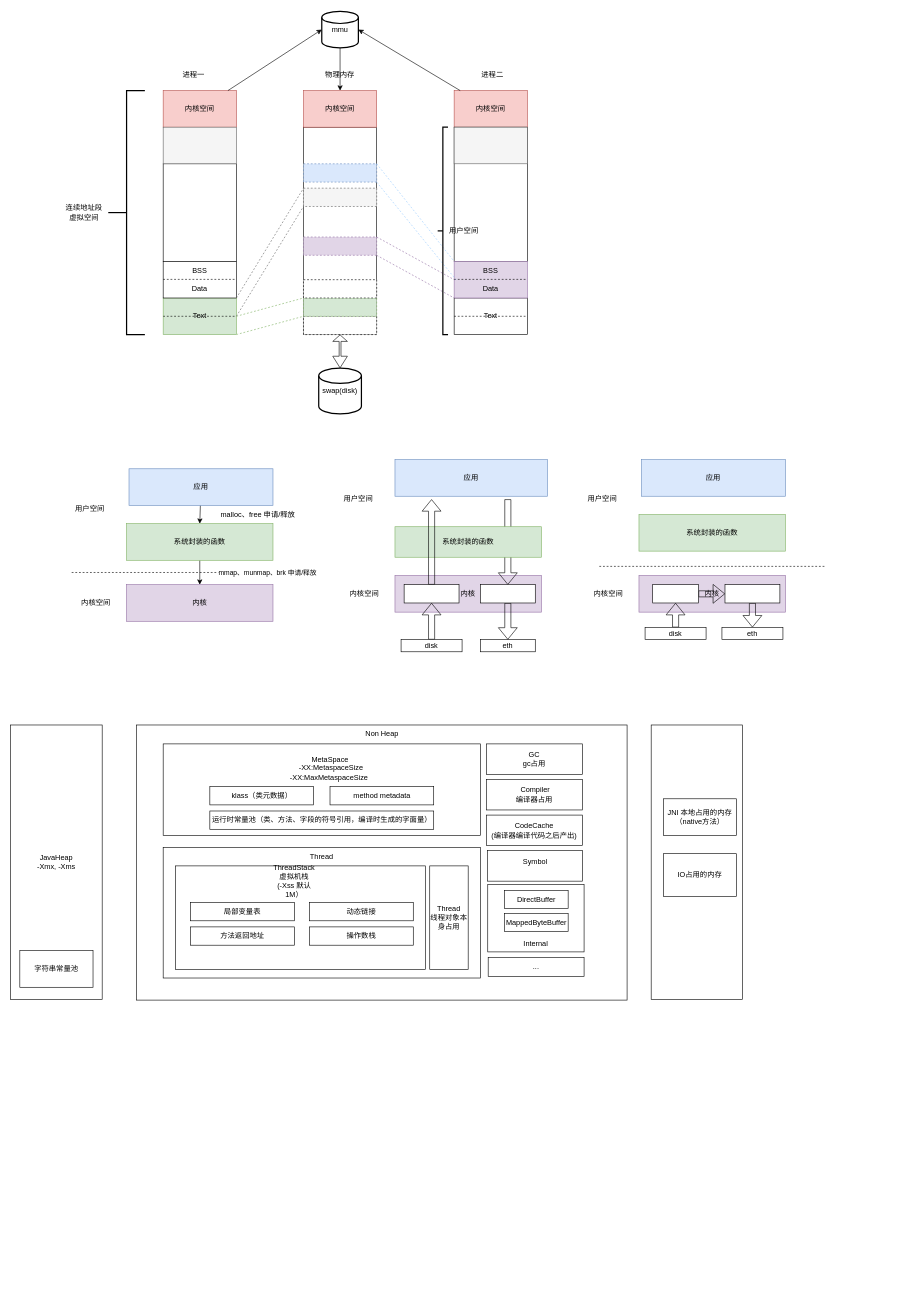
zhangwz-lib/drawio-image keeps this draw.io diagram as java/linux内存管理.drawio. Above is the earlier version. Source tidied: cells renumbered, new cells numbered last; positions are measured from the earlier drawing's top-left corner, leaving out a move shared by most shapes. Both pictures are drawn from the tidied source at 61%, with x=0, y=0 at pixel (10, 11).
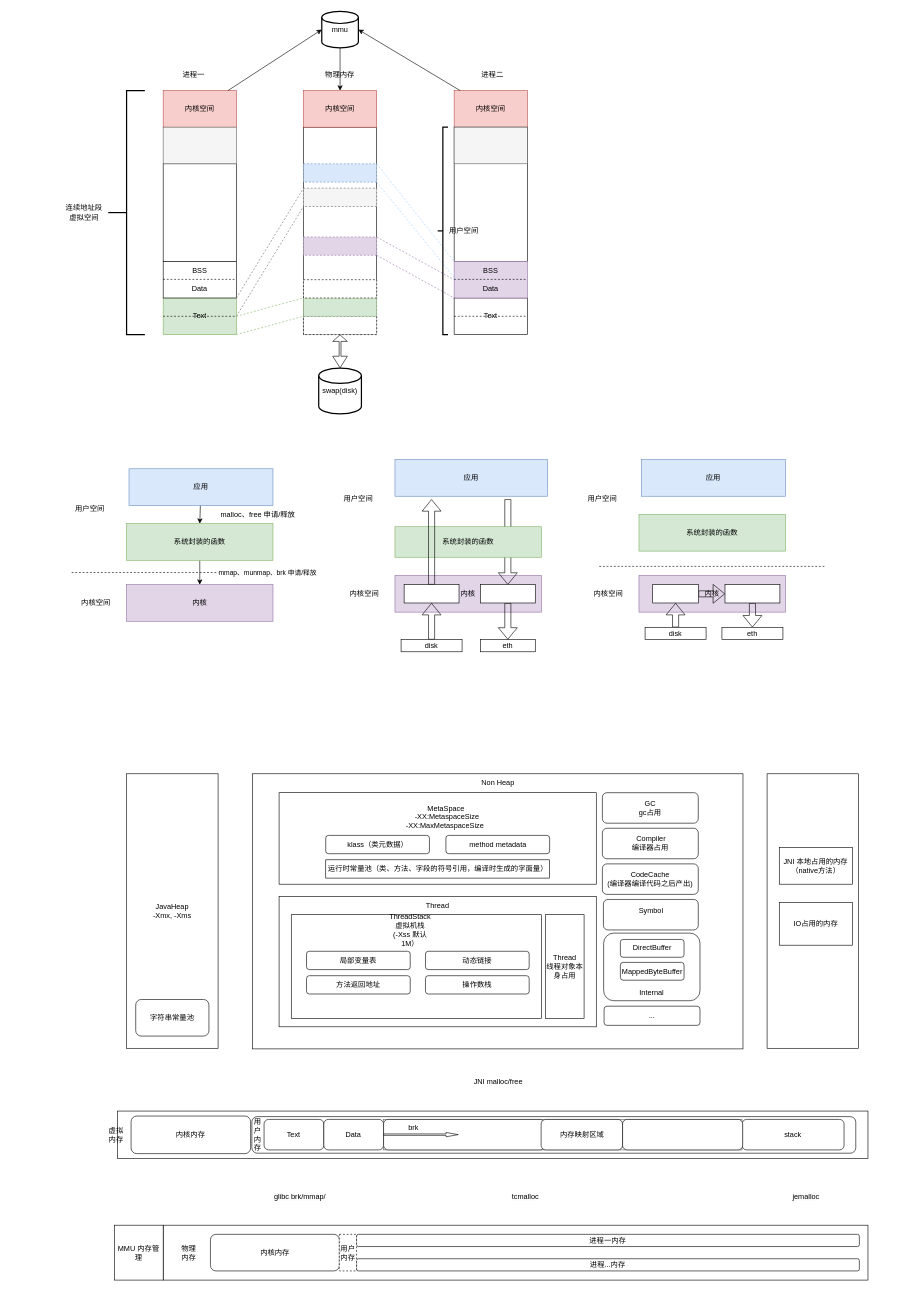
The same page after the edit.

Commit message:
更新linux内存管理.drawio

What changed in the source:
```diff
@@
-    <mxCell id="84" style="rounded=0;whiteSpace=wrap;html=1;" parent="1" vertex="1">
-      <mxGeometry x="1050" y="1170" width="150" height="450" as="geometry" />
-    </mxCell>
-    <mxCell id="85" style="group;" parent="1" vertex="1">
-      <mxGeometry x="250" y="1201" width="790" height="445.7" as="geometry" />
-    </mxCell>
+    <mxCell id="118" style="rounded=0;whiteSpace=wrap;html=1;" parent="1" vertex="1">
+      <mxGeometry x="1240" y="1250" width="150" height="450" as="geometry" />
+    </mxCell>
+    <mxCell id="119" style="group;rounded=1;" parent="1" vertex="1">
+      <mxGeometry x="440" y="1281" width="790" height="445.7" as="geometry" />
+    </mxCell>
-    <mxCell id="86" style="rounded=0;whiteSpace=wrap;html=1;" parent="85" vertex="1">
+    <mxCell id="86" style="rounded=0;whiteSpace=wrap;html=1;" parent="119" vertex="1">
       <mxGeometry x="-43.5" y="-31" width="804" height="451" as="geometry" />
     </mxCell>
-    <mxCell id="87" style="rounded=0;whiteSpace=wrap;html=1;" parent="85" vertex="1">
+    <mxCell id="87" style="rounded=0;whiteSpace=wrap;html=1;" parent="119" vertex="1">
       <mxGeometry width="520" height="150" as="geometry" />
     </mxCell>
-    <mxCell id="88" value="klass（类元数据）" style="rounded=0;whiteSpace=wrap;html=1;" parent="85" vertex="1">
+    <mxCell id="88" value="klass（类元数据）" style="rounded=1;whiteSpace=wrap;html=1;" parent="119" vertex="1">
       <mxGeometry x="76.5" y="70" width="170" height="30" as="geometry" />
     </mxCell>
-    <mxCell id="89" value="method metadata" style="rounded=0;whiteSpace=wrap;html=1;" parent="85" vertex="1">
+    <mxCell id="89" value="method metadata" style="rounded=1;whiteSpace=wrap;html=1;" parent="119" vertex="1">
       <mxGeometry x="273.5" y="70" width="170" height="30" as="geometry" />
     </mxCell>
-    <mxCell id="90" value="运行时常量池（类、方法、字段的符号引用，编译时生成的字面量）" style="rounded=0;whiteSpace=wrap;html=1;" parent="85" vertex="1">
+    <mxCell id="90" value="运行时常量池（类、方法、字段的符号引用，编译时生成的字面量）" style="rounded=0;whiteSpace=wrap;html=1;" parent="119" vertex="1">
       <mxGeometry x="76.5" y="110" width="367" height="30" as="geometry" />
     </mxCell>
-    <mxCell id="91" value="MetaSpace&amp;nbsp;&lt;br&gt;&lt;span style=&quot;background-color: transparent;&quot;&gt;-XX:MetaspaceSize&lt;br&gt;&lt;/span&gt;&lt;span style=&quot;background-color: transparent;&quot;&gt;-XX:MaxMetaspaceSize&lt;/span&gt;&amp;nbsp;&amp;nbsp;" style="text;html=1;whiteSpace=wrap;strokeColor=none;fillColor=none;align=center;verticalAlign=middle;rounded=0;" parent="85" vertex="1">
+    <mxCell id="91" value="MetaSpace&amp;nbsp;&lt;br&gt;&lt;span style=&quot;background-color: transparent;&quot;&gt;-XX:MetaspaceSize&lt;br&gt;&lt;/span&gt;&lt;span style=&quot;background-color: transparent;&quot;&gt;-XX:MaxMetaspaceSize&lt;/span&gt;&amp;nbsp;&amp;nbsp;" style="text;html=1;whiteSpace=wrap;strokeColor=none;fillColor=none;align=center;verticalAlign=middle;rounded=0;" parent="119" vertex="1">
       <mxGeometry x="93.5" y="20" width="363" height="40" as="geometry" />
     </mxCell>
-    <mxCell id="92" style="group;" parent="85" vertex="1">
+    <mxCell id="92" style="group;" parent="119" vertex="1">
       <mxGeometry x="530" width="160" height="400" as="geometry" />
     </mxCell>
-    <mxCell id="93" value="&lt;div&gt;&lt;br&gt;&lt;/div&gt;" style="rounded=0;whiteSpace=wrap;html=1;" parent="92" vertex="1">
-      <mxGeometry x="2.1" y="230.2" width="157.9" height="110.8" as="geometry" />
-    </mxCell>
+    <mxCell id="120" value="&lt;div&gt;&lt;br&gt;&lt;/div&gt;" style="rounded=1;whiteSpace=wrap;html=1;" parent="92" vertex="1">
+      <mxGeometry x="2.1" y="230.2" width="157.9" height="110.8" as="geometry" />
+    </mxCell>
-    <mxCell id="94" value="CodeCache&lt;br&gt;(编译器编译代码之后产出)" style="rounded=0;whiteSpace=wrap;html=1;" parent="92" vertex="1">
+    <mxCell id="94" value="CodeCache&lt;br&gt;(编译器编译代码之后产出)" style="rounded=1;whiteSpace=wrap;html=1;" parent="92" vertex="1">
       <mxGeometry y="116.7" width="157.2" height="50" as="geometry" />
     </mxCell>
-    <mxCell id="95" value="GC&lt;br&gt;gc占用" style="rounded=0;whiteSpace=wrap;html=1;" parent="92" vertex="1">
+    <mxCell id="95" value="GC&lt;br&gt;gc占用" style="rounded=1;whiteSpace=wrap;html=1;" parent="92" vertex="1">
       <mxGeometry width="157.2" height="50" as="geometry" />
     </mxCell>
-    <mxCell id="96" value="&amp;nbsp;Compiler&lt;br&gt;编译器占用" style="rounded=0;whiteSpace=wrap;html=1;" parent="92" vertex="1">
+    <mxCell id="96" value="&amp;nbsp;Compiler&lt;br&gt;编译器占用" style="rounded=1;whiteSpace=wrap;html=1;" parent="92" vertex="1">
       <mxGeometry y="58.3" width="157.2" height="50" as="geometry" />
     </mxCell>
-    <mxCell id="97" value="Symbol&lt;div&gt;&lt;br/&gt;&lt;/div&gt;" style="rounded=0;whiteSpace=wrap;html=1;" parent="92" vertex="1">
+    <mxCell id="97" value="Symbol&lt;div&gt;&lt;br/&gt;&lt;/div&gt;" style="rounded=1;whiteSpace=wrap;html=1;" parent="92" vertex="1">
       <mxGeometry x="1.7" y="175" width="155.5" height="50" as="geometry" />
     </mxCell>
-    <mxCell id="98" value="DirectBuffer" style="rounded=0;whiteSpace=wrap;html=1;" parent="92" vertex="1">
+    <mxCell id="98" value="DirectBuffer" style="rounded=1;whiteSpace=wrap;html=1;" parent="92" vertex="1">
       <mxGeometry x="29.5" y="240.6" width="104.4" height="29.2" as="geometry" />
     </mxCell>
-    <mxCell id="99" value="MappedByteBuffer" style="rounded=0;whiteSpace=wrap;html=1;" parent="92" vertex="1">
+    <mxCell id="99" value="MappedByteBuffer" style="rounded=1;whiteSpace=wrap;html=1;" parent="92" vertex="1">
       <mxGeometry x="29.5" y="278.2" width="104.4" height="29.2" as="geometry" />
     </mxCell>
@@
-    <mxCell id="101" value="&lt;div&gt;...&lt;/div&gt;" style="rounded=0;whiteSpace=wrap;html=1;" parent="92" vertex="1">
+    <mxCell id="101" value="&lt;div&gt;...&lt;/div&gt;" style="rounded=1;whiteSpace=wrap;html=1;" parent="92" vertex="1">
       <mxGeometry x="2.8" y="350" width="157.2" height="31.4" as="geometry" />
     </mxCell>
-    <mxCell id="102" style="group;" parent="1" vertex="1">
-      <mxGeometry x="250" y="1371" width="520" height="213.8" as="geometry" />
-    </mxCell>
+    <mxCell id="121" style="group;" parent="1" vertex="1">
+      <mxGeometry x="440" y="1451" width="520" height="213.8" as="geometry" />
+    </mxCell>
-    <mxCell id="103" style="rounded=0;whiteSpace=wrap;html=1;" parent="102" vertex="1">
+    <mxCell id="103" style="rounded=0;whiteSpace=wrap;html=1;" parent="121" vertex="1">
       <mxGeometry width="520" height="213.8" as="geometry" />
     </mxCell>
-    <mxCell id="104" value="Thread&lt;div&gt;线程对象本身占用&lt;/div&gt;" style="rounded=0;whiteSpace=wrap;html=1;" parent="102" vertex="1">
+    <mxCell id="104" value="Thread&lt;div&gt;线程对象本身占用&lt;/div&gt;" style="rounded=0;whiteSpace=wrap;html=1;" parent="121" vertex="1">
       <mxGeometry x="437" y="30" width="63" height="170" as="geometry" />
     </mxCell>
-    <mxCell id="105" style="group;" parent="102" vertex="1">
+    <mxCell id="105" style="group;" parent="121" vertex="1">
       <mxGeometry x="20" y="30" width="410" height="170" as="geometry" />
     </mxCell>
@@
-    <mxCell id="107" value="动态链接" style="rounded=0;whiteSpace=wrap;html=1;" parent="105" vertex="1">
+    <mxCell id="107" value="动态链接" style="rounded=1;whiteSpace=wrap;html=1;" parent="105" vertex="1">
       <mxGeometry x="220" y="60" width="170" height="30" as="geometry" />
     </mxCell>
-    <mxCell id="108" value="局部变量表" style="rounded=0;whiteSpace=wrap;html=1;" parent="105" vertex="1">
+    <mxCell id="108" value="局部变量表" style="rounded=1;whiteSpace=wrap;html=1;" parent="105" vertex="1">
       <mxGeometry x="25" y="60" width="170" height="30" as="geometry" />
     </mxCell>
-    <mxCell id="109" value="操作数栈" style="rounded=0;whiteSpace=wrap;html=1;" parent="105" vertex="1">
+    <mxCell id="109" value="操作数栈" style="rounded=1;whiteSpace=wrap;html=1;" parent="105" vertex="1">
       <mxGeometry x="220" y="100" width="170" height="30" as="geometry" />
     </mxCell>
-    <mxCell id="110" value="方法返回地址" style="rounded=0;whiteSpace=wrap;html=1;" parent="105" vertex="1">
+    <mxCell id="110" value="方法返回地址" style="rounded=1;whiteSpace=wrap;html=1;" parent="105" vertex="1">
       <mxGeometry x="25" y="100" width="170" height="30" as="geometry" />
     </mxCell>
@@
-    <mxCell id="112" value="Thread" style="text;html=1;whiteSpace=wrap;strokeColor=none;fillColor=none;align=center;verticalAlign=middle;rounded=0;" parent="102" vertex="1">
+    <mxCell id="112" value="Thread" style="text;html=1;whiteSpace=wrap;strokeColor=none;fillColor=none;align=center;verticalAlign=middle;rounded=0;" parent="121" vertex="1">
       <mxGeometry x="230" width="60" height="30" as="geometry" />
     </mxCell>
     <mxCell id="113" value="Non Heap" style="text;html=1;whiteSpace=wrap;strokeColor=none;fillColor=none;align=center;verticalAlign=middle;rounded=0;" parent="1" vertex="1">
-      <mxGeometry x="578.5" y="1170" width="60" height="30" as="geometry" />
+      <mxGeometry x="768.5" y="1250" width="60" height="30" as="geometry" />
     </mxCell>
     <mxCell id="114" value="JNI 本地占用的内存&lt;div&gt;（native方法）&lt;/div&gt;" style="rounded=0;whiteSpace=wrap;html=1;" parent="1" vertex="1">
-      <mxGeometry x="1070" y="1291" width="120" height="60" as="geometry" />
+      <mxGeometry x="1260" y="1371" width="120" height="60" as="geometry" />
     </mxCell>
     <mxCell id="115" value="IO占用的内存" style="rounded=0;whiteSpace=wrap;html=1;" parent="1" vertex="1">
-      <mxGeometry x="1070" y="1381" width="120" height="70" as="geometry" />
+      <mxGeometry x="1260" y="1461" width="120" height="70" as="geometry" />
     </mxCell>
     <mxCell id="116" value="JavaHeap&lt;div&gt;-Xmx, -Xms&lt;/div&gt;" style="rounded=0;whiteSpace=wrap;html=1;" parent="1" vertex="1">
-      <mxGeometry y="1170" width="150" height="450" as="geometry" />
+      <mxGeometry x="190" y="1250" width="150" height="450" as="geometry" />
     </mxCell>
-    <mxCell id="117" value="字符串常量池" style="rounded=0;whiteSpace=wrap;html=1;" parent="1" vertex="1">
-      <mxGeometry x="15" y="1540" width="120" height="60" as="geometry" />
+    <mxCell id="117" value="字符串常量池" style="rounded=1;whiteSpace=wrap;html=1;" parent="1" vertex="1">
+      <mxGeometry x="205" y="1620" width="120" height="60" as="geometry" />
     </mxCell>
+    <mxCell id="122" style="group;rounded=1;" parent="1" vertex="1">
+      <mxGeometry x="180" y="1830" width="1280.7" height="250" as="geometry" />
+    </mxCell>
+    <mxCell id="123" style="group;" parent="122" vertex="1">
+      <mxGeometry x="70" y="160" width="1155.4" height="90" as="geometry" />
+    </mxCell>
+    <mxCell id="124" style="rounded=0;whiteSpace=wrap;html=1;" parent="123" vertex="1">
+      <mxGeometry width="1155.4" height="90" as="geometry" />
+    </mxCell>
+    <mxCell id="125" value="内核内存" style="rounded=1;whiteSpace=wrap;html=1;" parent="123" vertex="1">
+      <mxGeometry x="77.5" y="15" width="211.4" height="60" as="geometry" />
+    </mxCell>
+    <mxCell id="126" value="进程一内存" style="rounded=1;whiteSpace=wrap;html=1;" parent="123" vertex="1">
+      <mxGeometry x="317" y="15" width="824.3" height="20" as="geometry" />
+    </mxCell>
+    <mxCell id="127" value="进程...内存" style="rounded=1;whiteSpace=wrap;html=1;glass=0;" parent="123" vertex="1">
+      <mxGeometry x="317" y="55" width="824.3" height="20" as="geometry" />
+    </mxCell>
+    <mxCell id="128" value="用户内存" style="rounded=0;whiteSpace=wrap;html=1;dashed=1;" parent="123" vertex="1">
+      <mxGeometry x="288.8" y="15" width="28.2" height="60" as="geometry" />
+    </mxCell>
+    <mxCell id="129" value="物理内存" style="text;html=1;align=center;verticalAlign=middle;whiteSpace=wrap;rounded=0;" parent="123" vertex="1">
+      <mxGeometry x="28.2" y="10" width="28.2" height="70" as="geometry" />
+    </mxCell>
+    <mxCell id="130" style="group;rounded=1;" parent="122" vertex="1">
+      <mxGeometry x="56.1" y="100" width="1209.3" height="40" as="geometry" />
+    </mxCell>
+    <mxCell id="131" value="&lt;span style=&quot;color: rgb(0, 0, 0); font-family: Helvetica; font-size: 12px; font-style: normal; font-variant-ligatures: normal; font-variant-caps: normal; font-weight: 400; letter-spacing: normal; orphans: 2; text-align: center; text-indent: 0px; text-transform: none; widows: 2; word-spacing: 0px; -webkit-text-stroke-width: 0px; white-space: normal; background-color: rgb(251, 251, 251); text-decoration-thickness: initial; text-decoration-style: initial; text-decoration-color: initial; float: none; display: inline !important;&quot;&gt;glibc brk/mmap/&lt;/span&gt;" style="text;whiteSpace=wrap;html=1;" parent="130" vertex="1">
+      <mxGeometry x="193.9" width="106.1" height="40" as="geometry" />
+    </mxCell>
+    <mxCell id="132" value="&lt;span style=&quot;color: rgb(0, 0, 0); font-family: Helvetica; font-size: 12px; font-style: normal; font-variant-ligatures: normal; font-variant-caps: normal; font-weight: 400; letter-spacing: normal; orphans: 2; text-align: center; text-indent: 0px; text-transform: none; widows: 2; word-spacing: 0px; -webkit-text-stroke-width: 0px; white-space: normal; background-color: rgb(251, 251, 251); text-decoration-thickness: initial; text-decoration-style: initial; text-decoration-color: initial; display: inline !important; float: none;&quot;&gt;tcmalloc&lt;/span&gt;" style="text;whiteSpace=wrap;html=1;" parent="130" vertex="1">
+      <mxGeometry x="583.9" width="80" height="40" as="geometry" />
+    </mxCell>
+    <mxCell id="133" value="&lt;span style=&quot;color: rgb(0, 0, 0); font-family: Helvetica; font-size: 12px; font-style: normal; font-variant-ligatures: normal; font-variant-caps: normal; font-weight: 400; letter-spacing: normal; orphans: 2; text-align: center; text-indent: 0px; text-transform: none; widows: 2; word-spacing: 0px; -webkit-text-stroke-width: 0px; white-space: normal; background-color: rgb(251, 251, 251); text-decoration-thickness: initial; text-decoration-style: initial; text-decoration-color: initial; display: inline !important; float: none;&quot;&gt;jemalloc&lt;/span&gt;" style="text;whiteSpace=wrap;html=1;" parent="130" vertex="1">
+      <mxGeometry x="1043.9" width="80" height="40" as="geometry" />
+    </mxCell>
+    <mxCell id="134" style="rounded=0;whiteSpace=wrap;html=1;" parent="122" vertex="1">
+      <mxGeometry x="-4.6" y="-27.1" width="1230" height="78" as="geometry" />
+    </mxCell>
+    <mxCell id="135" value="虚拟内存" style="text;html=1;align=center;verticalAlign=middle;whiteSpace=wrap;rounded=0;" parent="122" vertex="1">
+      <mxGeometry x="-20" y="-30" width="26.1" height="84" as="geometry" />
+    </mxCell>
+    <mxCell id="136" value="内核内存" style="rounded=1;whiteSpace=wrap;html=1;" parent="122" vertex="1">
+      <mxGeometry x="17.4" y="-18.9" width="195.9" height="61.6" as="geometry" />
+    </mxCell>
+    <mxCell id="137" style="rounded=1;whiteSpace=wrap;html=1;" parent="122" vertex="1">
+      <mxGeometry x="215.4" y="-18" width="990" height="60" as="geometry" />
+    </mxCell>
+    <mxCell id="138" value="用户内存" style="text;html=1;align=center;verticalAlign=middle;whiteSpace=wrap;rounded=0;" parent="122" vertex="1">
+      <mxGeometry x="215.4" y="-14.4" width="20" height="52.6" as="geometry" />
+    </mxCell>
+    <mxCell id="139" value="Text" style="rounded=1;whiteSpace=wrap;html=1;" parent="122" vertex="1">
+      <mxGeometry x="235.4" y="-13.4" width="97.9" height="50" as="geometry" />
+    </mxCell>
+    <mxCell id="140" value="Data" style="rounded=1;whiteSpace=wrap;html=1;" parent="122" vertex="1">
+      <mxGeometry x="333.3" y="-13.4" width="97.9" height="50" as="geometry" />
+    </mxCell>
+    <mxCell id="141" value="stack" style="rounded=1;whiteSpace=wrap;html=1;" parent="122" vertex="1">
+      <mxGeometry x="1019" y="-13.4" width="167.2" height="50" as="geometry" />
+    </mxCell>
+    <mxCell id="142" style="group;fillColor=#f5f5f5;fontColor=#333333;strokeColor=#666666;" parent="122" vertex="1">
+      <mxGeometry x="431.3" y="-13.4" width="587.7" height="50" as="geometry" />
+    </mxCell>
+    <mxCell id="143" style="rounded=1;whiteSpace=wrap;html=1;" parent="122" vertex="1">
+      <mxGeometry x="431.3" y="-13.4" width="264.1" height="50" as="geometry" />
+    </mxCell>
+    <mxCell id="144" value="内存映射区域" style="rounded=1;whiteSpace=wrap;html=1;" parent="122" vertex="1">
+      <mxGeometry x="689.6" y="-13.4" width="133.5" height="50" as="geometry" />
+    </mxCell>
+    <mxCell id="145" style="rounded=1;whiteSpace=wrap;html=1;" parent="122" vertex="1">
+      <mxGeometry x="823.1" y="-13.4" width="196.9" height="50" as="geometry" />
+    </mxCell>
+    <mxCell id="146" style="html=1;shadow=0;dashed=0;align=center;verticalAlign=middle;shape=mxgraph.arrows2.arrow;dy=0.67;dx=20;notch=0;" parent="122" vertex="1">
+      <mxGeometry x="431.3" y="8" width="122.4" height="7.1" as="geometry" />
+    </mxCell>
+    <mxCell id="147" value="brk" style="text;html=1;align=center;verticalAlign=middle;whiteSpace=wrap;rounded=0;" parent="122" vertex="1">
+      <mxGeometry x="406.8" y="-6.3" width="146.9" height="14.3" as="geometry" />
+    </mxCell>
+    <mxCell id="148" value="MMU 内存管理" style="rounded=0;whiteSpace=wrap;html=1;" parent="122" vertex="1">
+      <mxGeometry x="-10" y="160" width="80" height="90" as="geometry" />
+    </mxCell>
+    <mxCell id="149" value="JNI malloc/free" style="text;html=1;align=center;verticalAlign=middle;strokeColor=none;fillColor=none;" parent="1" vertex="1">
+      <mxGeometry x="748.5" y="1740" width="100" height="30" as="geometry" />
+    </mxCell>
```
